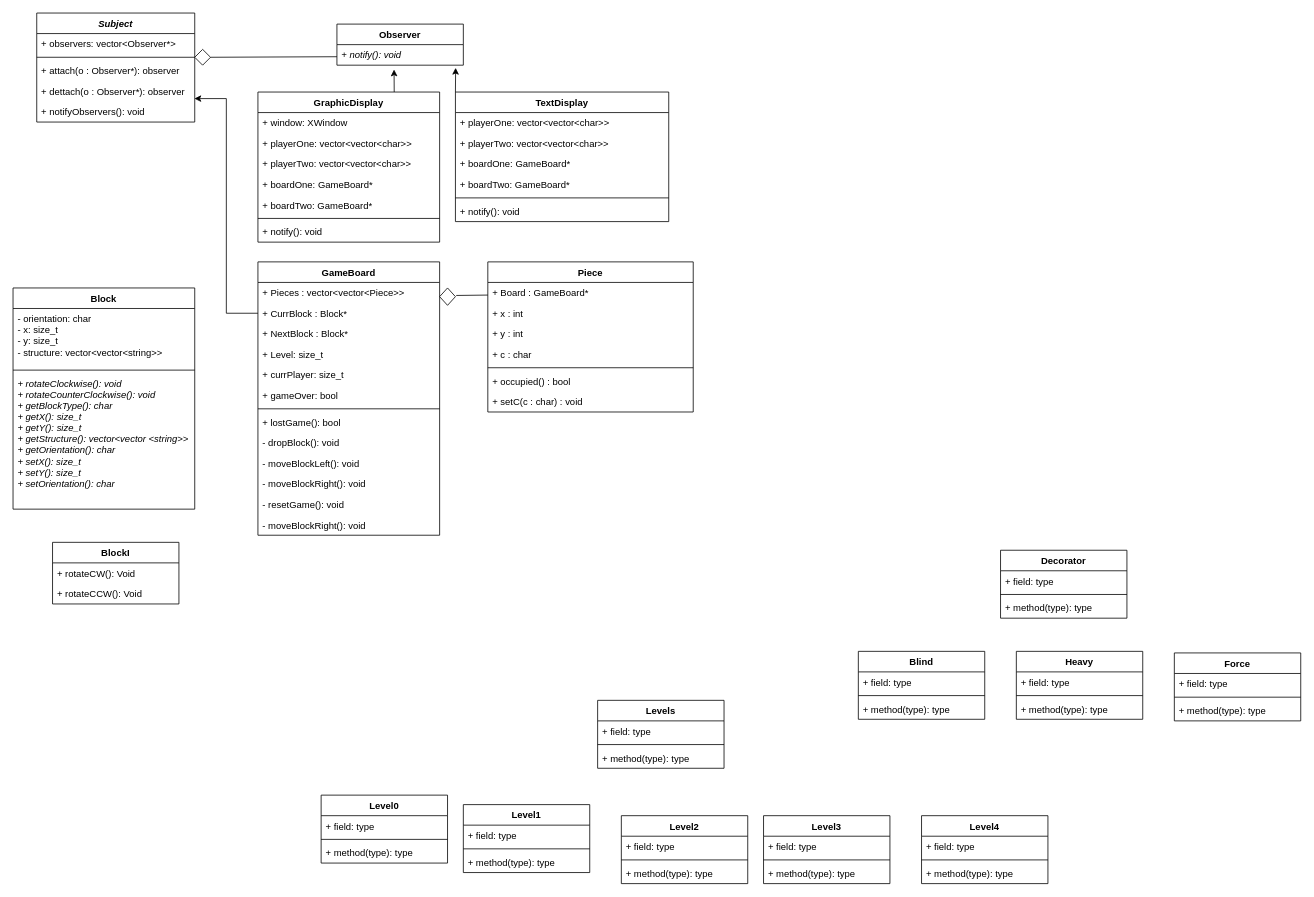
Earlier version of the draw.io diagram UML.drawio (velomafinsights/biquadris). Source tidied: cells renumbered, new cells numbered last; positions are measured from the earlier drawing's top-left corner, leaving out a move shared by most shapes. Both pictures are drawn from the tidied source at 79%, with x=0, y=0 at pixel (13, 13).
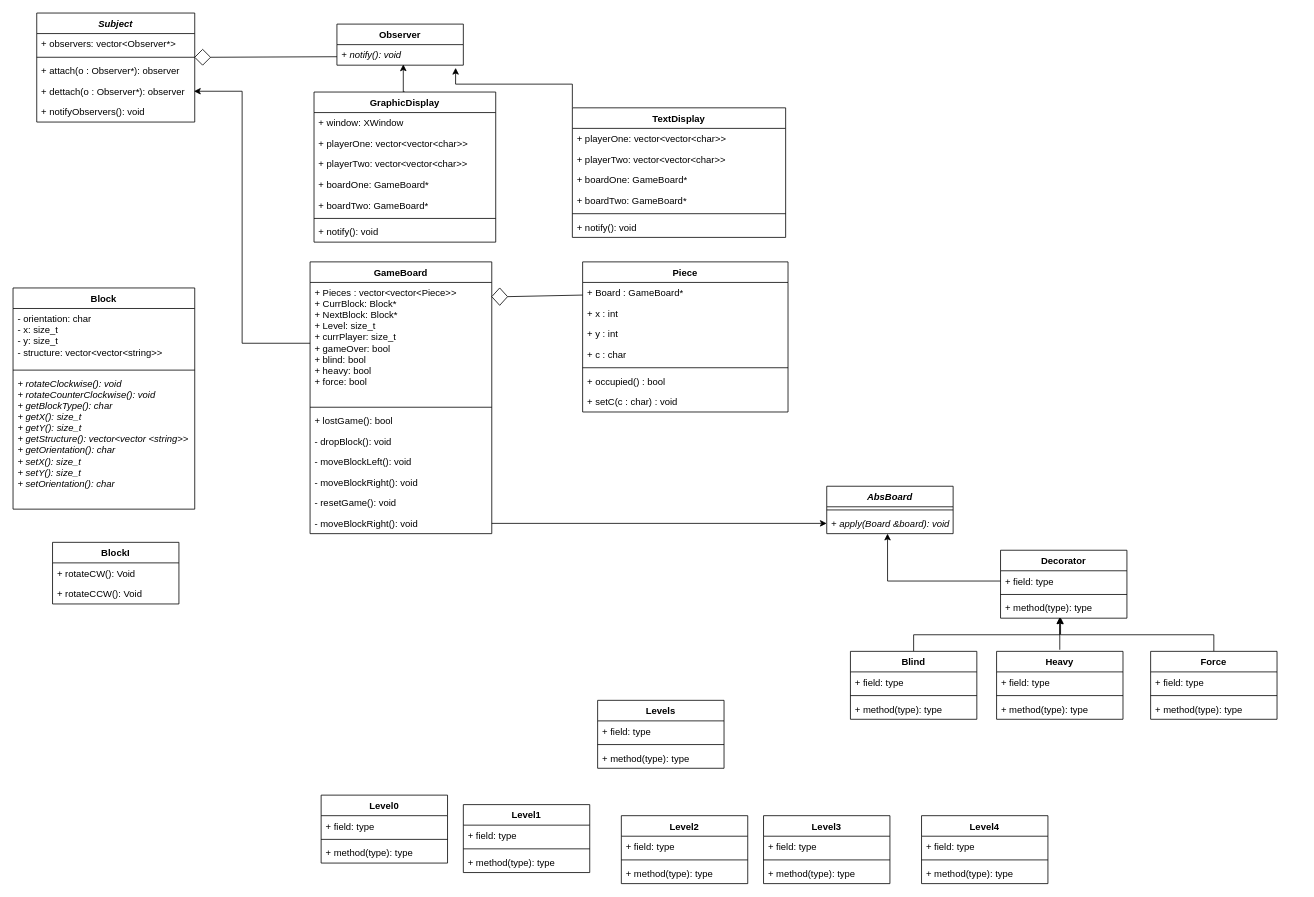
The same page after the edit.

Unchanged cells that the change refers to:
```xml
<mxCell id="6" value="+ dettach(o : Observer*): observer" style="text;strokeColor=none;fillColor=none;align=left;verticalAlign=top;spacingLeft=4;spacingRight=4;overflow=hidden;points=[[0,0.5],[1,0.5]];portConstraint=eastwest;" parent="2" vertex="1">
  <mxGeometry y="86" width="200" height="26" as="geometry" />
</mxCell>
<mxCell id="9" value="+ notify(): void" style="text;strokeColor=none;fillColor=none;align=left;verticalAlign=top;spacingLeft=4;spacingRight=4;overflow=hidden;points=[[0,0.5],[1,0.5]];portConstraint=eastwest;fontStyle=2;" parent="8" vertex="1">
  <mxGeometry y="26" width="160" height="26" as="geometry" />
</mxCell>
<mxCell id="53" value="+ field: type" style="text;strokeColor=none;fillColor=none;align=left;verticalAlign=top;spacingLeft=4;spacingRight=4;overflow=hidden;points=[[0,0.5],[1,0.5]];portConstraint=eastwest;" parent="52" vertex="1">
  <mxGeometry y="26" width="160" height="26" as="geometry" />
</mxCell>
<mxCell id="55" value="+ method(type): type" style="text;strokeColor=none;fillColor=none;align=left;verticalAlign=top;spacingLeft=4;spacingRight=4;overflow=hidden;points=[[0,0.5],[1,0.5]];portConstraint=eastwest;" parent="52" vertex="1">
  <mxGeometry y="60" width="160" height="26" as="geometry" />
</mxCell>
```

The edit, as a diff of the source:
```diff
@@
-    <mxCell id="10" style="edgeStyle=orthogonalEdgeStyle;rounded=0;jettySize=auto;html=1;exitX=0.75;exitY=0;exitDx=0;exitDy=0;entryX=0.452;entryY=1.211;entryDx=0;entryDy=0;entryPerimeter=0;" parent="1" edge="1" source="11" target="9">
+    <mxCell id="10" style="edgeStyle=orthogonalEdgeStyle;rounded=0;jettySize=auto;html=1;exitX=0.5;exitY=0;exitDx=0;exitDy=0;entryX=0.525;entryY=0.962;entryDx=0;entryDy=0;entryPerimeter=0;" parent="1" edge="1" source="11" target="9">
       <mxGeometry relative="1" as="geometry" />
     </mxCell>
     <mxCell id="11" value="GraphicDisplay&#10;" style="swimlane;fontStyle=1;align=center;verticalAlign=top;horizontal=1;startSize=26;" parent="1" vertex="1">
-      <mxGeometry x="310" y="100" width="230" height="190" as="geometry" />
+      <mxGeometry x="381" y="100" width="230" height="190" as="geometry" />
     </mxCell>
@@
     <mxCell id="19" style="edgeStyle=orthogonalEdgeStyle;rounded=0;jettySize=auto;html=1;exitX=0;exitY=0;exitDx=0;exitDy=0;entryX=0.939;entryY=1.13;entryDx=0;entryDy=0;entryPerimeter=0;" parent="1" edge="1" source="20" target="9">
-      <mxGeometry relative="1" as="geometry" />
+      <mxGeometry relative="1" as="geometry">
+        <Array as="points">
+          <mxPoint x="708" y="90" />
+          <mxPoint x="560" y="90" />
+        </Array>
+      </mxGeometry>
     </mxCell>
     <mxCell id="20" value="TextDisplay&#10;" style="swimlane;fontStyle=1;align=center;verticalAlign=top;horizontal=1;startSize=26;" parent="1" vertex="1">
-      <mxGeometry x="560" y="100" width="270" height="164" as="geometry" />
+      <mxGeometry x="708" y="120" width="270" height="164" as="geometry" />
     </mxCell>
@@
     <mxCell id="27" value="GameBoard" style="swimlane;fontStyle=1;align=center;verticalAlign=top;horizontal=1;startSize=26;" parent="1" vertex="1">
-      <mxGeometry x="310" y="315" width="230" height="346" as="geometry" />
+      <mxGeometry x="376" y="315" width="230" height="344" as="geometry" />
     </mxCell>
-    <mxCell id="28" value="+ Pieces : vector&lt;vector&lt;Piece&gt;&gt;" style="text;strokeColor=none;fillColor=none;align=left;verticalAlign=top;spacingLeft=4;spacingRight=4;overflow=hidden;points=[[0,0.5],[1,0.5]];portConstraint=eastwest;" parent="27" vertex="1">
-      <mxGeometry y="26" width="230" height="26" as="geometry" />
+    <mxCell id="28" value="+ Pieces : vector&lt;vector&lt;Piece&gt;&gt;&#10;+ CurrBlock: Block*&#10;+ NextBlock: Block*&#10;+ Level: size_t&#10;+ currPlayer: size_t&#10;+ gameOver: bool&#10;+ blind: bool&#10;+ heavy: bool&#10;+ force: bool" style="text;strokeColor=none;fillColor=none;align=left;verticalAlign=top;spacingLeft=4;spacingRight=4;overflow=hidden;points=[[0,0.5],[1,0.5]];portConstraint=eastwest;" parent="27" vertex="1">
+      <mxGeometry y="26" width="230" height="154" as="geometry" />
     </mxCell>
-    <mxCell id="29" value="+ CurrBlock : Block*" style="text;strokeColor=none;fillColor=none;align=left;verticalAlign=top;spacingLeft=4;spacingRight=4;overflow=hidden;points=[[0,0.5],[1,0.5]];portConstraint=eastwest;" parent="27" vertex="1">
-      <mxGeometry y="52" width="230" height="26" as="geometry" />
-    </mxCell>
-    <mxCell id="30" value="+ NextBlock : Block*" style="text;strokeColor=none;fillColor=none;align=left;verticalAlign=top;spacingLeft=4;spacingRight=4;overflow=hidden;" parent="27" vertex="1">
-      <mxGeometry y="78" width="230" height="26" as="geometry" />
-    </mxCell>
-    <mxCell id="31" value="+ Level: size_t" style="text;strokeColor=none;fillColor=none;align=left;verticalAlign=top;spacingLeft=4;spacingRight=4;overflow=hidden;" parent="27" vertex="1">
-      <mxGeometry y="104" width="230" height="26" as="geometry" />
-    </mxCell>
-    <mxCell id="32" value="+ currPlayer: size_t" style="text;strokeColor=none;fillColor=none;align=left;verticalAlign=top;spacingLeft=4;spacingRight=4;overflow=hidden;" parent="27" vertex="1">
-      <mxGeometry y="130" width="230" height="26" as="geometry" />
-    </mxCell>
-    <mxCell id="33" value="+ gameOver: bool" style="text;strokeColor=none;fillColor=none;align=left;verticalAlign=top;spacingLeft=4;spacingRight=4;overflow=hidden;" parent="27" vertex="1">
-      <mxGeometry y="156" width="230" height="26" as="geometry" />
-    </mxCell>
     <mxCell id="34" style="line;strokeWidth=1;fillColor=none;align=left;verticalAlign=middle;spacingTop=-1;spacingLeft=3;spacingRight=3;labelPosition=right;strokeColor=inherit;" parent="27" vertex="1">
-      <mxGeometry y="182" width="230" height="8" as="geometry" />
+      <mxGeometry y="180" width="230" height="8" as="geometry" />
     </mxCell>
     <mxCell id="35" value="+ lostGame(): bool" style="text;strokeColor=none;fillColor=none;align=left;verticalAlign=top;spacingLeft=4;spacingRight=4;overflow=hidden;" parent="27" vertex="1">
-      <mxGeometry y="190" width="230" height="26" as="geometry" />
+      <mxGeometry y="188" width="230" height="26" as="geometry" />
     </mxCell>
     <mxCell id="36" value="- dropBlock(): void" style="text;strokeColor=none;fillColor=none;align=left;verticalAlign=top;spacingLeft=4;spacingRight=4;overflow=hidden;" parent="27" vertex="1">
-      <mxGeometry y="216" width="230" height="26" as="geometry" />
+      <mxGeometry y="214" width="230" height="26" as="geometry" />
     </mxCell>
     <mxCell id="37" value="- moveBlockLeft(): void" style="text;strokeColor=none;fillColor=none;align=left;verticalAlign=top;spacingLeft=4;spacingRight=4;overflow=hidden;" parent="27" vertex="1">
-      <mxGeometry y="242" width="230" height="26" as="geometry" />
+      <mxGeometry y="240" width="230" height="26" as="geometry" />
     </mxCell>
     <mxCell id="38" value="- moveBlockRight(): void" style="text;strokeColor=none;fillColor=none;align=left;verticalAlign=top;spacingLeft=4;spacingRight=4;overflow=hidden;" parent="27" vertex="1">
-      <mxGeometry y="268" width="230" height="26" as="geometry" />
+      <mxGeometry y="266" width="230" height="26" as="geometry" />
     </mxCell>
     <mxCell id="39" value="- resetGame(): void" style="text;strokeColor=none;fillColor=none;align=left;verticalAlign=top;spacingLeft=4;spacingRight=4;overflow=hidden;" parent="27" vertex="1">
-      <mxGeometry y="294" width="230" height="26" as="geometry" />
+      <mxGeometry y="292" width="230" height="26" as="geometry" />
     </mxCell>
     <mxCell id="40" value="- moveBlockRight(): void" style="text;strokeColor=none;fillColor=none;align=left;verticalAlign=top;spacingLeft=4;spacingRight=4;overflow=hidden;points=[[0,0.5],[1,0.5]];portConstraint=eastwest;" parent="27" vertex="1">
-      <mxGeometry y="320" width="230" height="26" as="geometry" />
+      <mxGeometry y="318" width="230" height="26" as="geometry" />
     </mxCell>
@@
     <mxCell id="56" value="Piece" style="swimlane;fontStyle=1;align=center;verticalAlign=top;horizontal=1;startSize=26;" parent="1" vertex="1">
-      <mxGeometry x="601" y="315" width="260" height="190" as="geometry" />
+      <mxGeometry x="721" y="315" width="260" height="190" as="geometry" />
     </mxCell>
@@
-    <mxCell id="58" style="endArrow=none;html=1;rounded=0;" parent="56" edge="1">
+    <mxCell id="58" style="endArrow=none;html=1;rounded=0;exitX=1;exitY=0.5;exitDx=0;exitDy=0;" parent="56" edge="1" source="100">
       <mxGeometry relative="1" as="geometry">
-        <mxPoint x="-40" y="42.5" as="sourcePoint" />
         <mxPoint y="42" as="targetPoint" />
       </mxGeometry>
     </mxCell>
@@
+    <mxCell id="101" style="edgeStyle=orthogonalEdgeStyle;rounded=0;jettySize=auto;html=1;exitX=0.5;exitY=0;exitDx=0;exitDy=0;entryX=0.469;entryY=0.962;entryDx=0;entryDy=0;entryPerimeter=0;" parent="1" edge="1" source="85" target="55">
+      <mxGeometry relative="1" as="geometry" />
+    </mxCell>
     <mxCell id="85" value="Blind" style="swimlane;fontStyle=1;align=center;verticalAlign=top;horizontal=1;startSize=26;" parent="1" vertex="1">
-      <mxGeometry x="1070" y="808" width="160" height="86" as="geometry" />
+      <mxGeometry x="1060" y="808" width="160" height="86" as="geometry" />
     </mxCell>
@@
+    <mxCell id="102" style="edgeStyle=orthogonalEdgeStyle;rounded=0;jettySize=auto;html=1;exitX=0.5;exitY=0;exitDx=0;exitDy=0;entryX=0.475;entryY=0.962;entryDx=0;entryDy=0;entryPerimeter=0;" parent="1" edge="1" source="89" target="55">
+      <mxGeometry relative="1" as="geometry" />
+    </mxCell>
     <mxCell id="89" value="Force" style="swimlane;fontStyle=1;align=center;verticalAlign=top;horizontal=1;startSize=26;" parent="1" vertex="1">
-      <mxGeometry x="1470" y="810" width="160" height="86" as="geometry" />
+      <mxGeometry x="1440" y="808" width="160" height="86" as="geometry" />
     </mxCell>
@@
+    <mxCell id="103" style="edgeStyle=orthogonalEdgeStyle;rounded=0;orthogonalLoop=1;jettySize=auto;html=1;exitX=0.5;exitY=0;exitDx=0;exitDy=0;entryX=0.469;entryY=1.038;entryDx=0;entryDy=0;entryPerimeter=0;" parent="1" edge="1">
+      <mxGeometry relative="1" as="geometry">
+        <mxPoint x="1325" y="806" as="sourcePoint" />
+        <mxPoint x="1325" y="765" as="targetPoint" />
+      </mxGeometry>
+    </mxCell>
     <mxCell id="93" value="Heavy" style="swimlane;fontStyle=1;align=center;verticalAlign=top;horizontal=1;startSize=26;" parent="1" vertex="1">
-      <mxGeometry x="1270" y="808" width="160" height="86" as="geometry" />
+      <mxGeometry x="1245" y="808" width="160" height="86" as="geometry" />
     </mxCell>
@@
-    <mxCell id="99" style="edgeStyle=orthogonalEdgeStyle;rounded=0;jettySize=auto;html=1;exitX=0;exitY=0.5;exitDx=0;exitDy=0;entryX=0.998;entryY=0.858;entryDx=0;entryDy=0;entryPerimeter=0;" parent="1" edge="1" source="29" target="6">
-      <mxGeometry relative="1" as="geometry" />
+    <mxCell id="99" style="edgeStyle=orthogonalEdgeStyle;rounded=0;jettySize=auto;html=1;exitX=0;exitY=0.5;exitDx=0;exitDy=0;entryX=1;entryY=0.5;entryDx=0;entryDy=0;" parent="1" edge="1" source="28">
+      <mxGeometry relative="1" as="geometry">
+        <mxPoint x="229" y="99" as="targetPoint" />
+        <Array as="points">
+          <mxPoint x="290" y="418" />
+          <mxPoint x="290" y="99" />
+        </Array>
+      </mxGeometry>
     </mxCell>
     <mxCell id="100" style="rhombus;whiteSpace=wrap;html=1;" parent="1" vertex="1">
-      <mxGeometry x="540" y="348" width="20" height="22" as="geometry" />
+      <mxGeometry x="606" y="348" width="20" height="22" as="geometry" />
     </mxCell>
+    <mxCell id="104" value="AbsBoard" style="swimlane;fontStyle=3;align=center;verticalAlign=top;horizontal=1;startSize=26;" parent="1" vertex="1">
+      <mxGeometry x="1030" y="599" width="160" height="60" as="geometry" />
+    </mxCell>
+    <mxCell id="105" style="line;strokeWidth=1;fillColor=none;align=left;verticalAlign=middle;spacingTop=-1;spacingLeft=3;spacingRight=3;labelPosition=right;strokeColor=inherit;" parent="104" vertex="1">
+      <mxGeometry y="26" width="160" height="8" as="geometry" />
+    </mxCell>
+    <mxCell id="106" value="+ apply(Board &amp;board): void" style="text;strokeColor=none;fillColor=none;align=left;verticalAlign=top;spacingLeft=4;spacingRight=4;overflow=hidden;points=[[0,0.5],[1,0.5]];portConstraint=eastwest;fontStyle=2;" parent="104" vertex="1">
+      <mxGeometry y="34" width="160" height="26" as="geometry" />
+    </mxCell>
+    <mxCell id="107" style="edgeStyle=orthogonalEdgeStyle;rounded=0;jettySize=auto;html=1;exitX=0;exitY=0.5;exitDx=0;exitDy=0;entryX=0.481;entryY=1;entryDx=0;entryDy=0;entryPerimeter=0;" parent="1" edge="1" source="53" target="106">
+      <mxGeometry relative="1" as="geometry" />
+    </mxCell>
+    <mxCell id="108" style="edgeStyle=orthogonalEdgeStyle;rounded=0;jettySize=auto;html=1;exitX=1;exitY=0.5;exitDx=0;exitDy=0;entryX=0;entryY=0.5;entryDx=0;entryDy=0;" parent="1" edge="1" source="40" target="106">
+      <mxGeometry relative="1" as="geometry" />
+    </mxCell>
```
